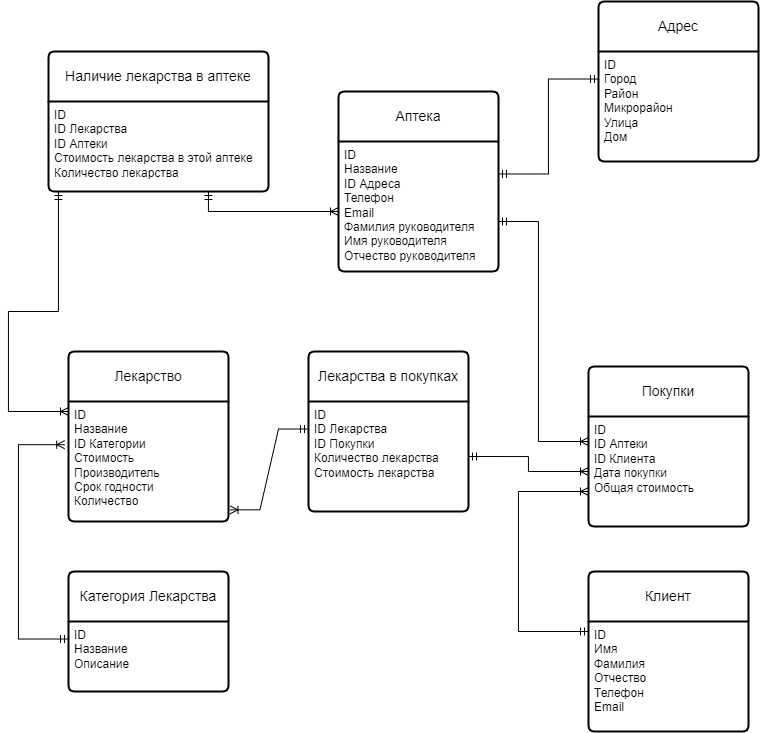
This is Data_Base.drawio.png from Darber32/Calculator, a draw.io export, as it was before one commit. Source tidied: cells renumbered, new cells last; positions are measured from the earlier drawing's top-left corner, leaving out a move shared by most shapes.
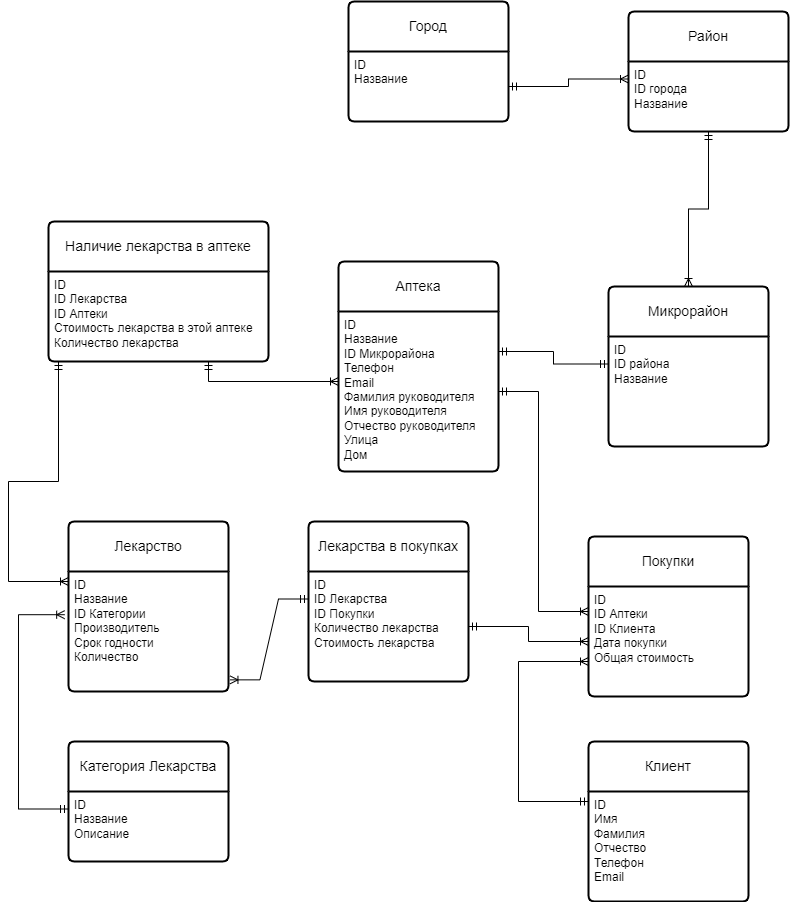
The same file after the commit.

Diff of the diagram source:
```diff
@@ -3,15 +3,15 @@
     <mxCell id="0" />
     <mxCell id="1" parent="0" />
     <mxCell id="2" value="Аптека" style="swimlane;horizontal=1;startSize=50;rounded=1;fontSize=14;fontStyle=0;strokeWidth=2;shadow=0;dashed=0;align=center;arcSize=4;whiteSpace=wrap;html=1;" parent="1" vertex="1">
-      <mxGeometry x="330" y="90" width="160" height="180" as="geometry" />
+      <mxGeometry x="330" y="90" width="160" height="210" as="geometry" />
     </mxCell>
-    <mxCell id="3" value="ID&lt;div&gt;Название&lt;/div&gt;&lt;div&gt;ID Адреса&lt;/div&gt;&lt;div&gt;Телефон&lt;/div&gt;&lt;div&gt;Email&lt;/div&gt;&lt;div&gt;Фамилия руководителя&lt;/div&gt;&lt;div&gt;Имя руководителя&lt;/div&gt;&lt;div&gt;Отчество руководителя&lt;/div&gt;" style="align=left;strokeColor=none;fillColor=none;spacingLeft=4;fontSize=12;verticalAlign=top;html=1;" parent="2" vertex="1">
-      <mxGeometry y="50" width="160" height="130" as="geometry" />
+    <mxCell id="3" value="ID&lt;div&gt;Название&lt;/div&gt;&lt;div&gt;ID Микрорайона&lt;/div&gt;&lt;div&gt;Телефон&lt;/div&gt;&lt;div&gt;Email&lt;/div&gt;&lt;div&gt;Фамилия руководителя&lt;/div&gt;&lt;div&gt;Имя руководителя&lt;/div&gt;&lt;div&gt;Отчество руководителя&lt;/div&gt;&lt;div&gt;&lt;div&gt;Улица&lt;/div&gt;&lt;div&gt;Дом&lt;/div&gt;&lt;/div&gt;" style="align=left;strokeColor=none;fillColor=none;spacingLeft=4;fontSize=12;verticalAlign=top;html=1;" parent="2" vertex="1">
+      <mxGeometry y="50" width="160" height="160" as="geometry" />
     </mxCell>
     <mxCell id="4" value="Лекарство" style="swimlane;horizontal=1;startSize=50;rounded=1;fontSize=14;fontStyle=0;strokeWidth=2;shadow=0;dashed=0;align=center;arcSize=4;whiteSpace=wrap;html=1;" parent="1" vertex="1">
       <mxGeometry x="60" y="350" width="160" height="170" as="geometry" />
     </mxCell>
-    <mxCell id="5" value="ID&lt;div&gt;Название&lt;/div&gt;&lt;div&gt;ID Категории&lt;/div&gt;&lt;div&gt;Стоимость&lt;/div&gt;&lt;div&gt;Производитель&lt;/div&gt;&lt;div&gt;Срок годности&lt;/div&gt;&lt;div&gt;Количество&lt;/div&gt;" style="align=left;strokeColor=none;fillColor=none;spacingLeft=4;fontSize=12;verticalAlign=top;html=1;" parent="4" vertex="1">
+    <mxCell id="5" value="ID&lt;div&gt;Название&lt;/div&gt;&lt;div&gt;ID Категории&lt;/div&gt;&lt;div&gt;Производитель&lt;/div&gt;&lt;div&gt;Срок годности&lt;/div&gt;&lt;div&gt;Количество&lt;/div&gt;" style="align=left;strokeColor=none;fillColor=none;spacingLeft=4;fontSize=12;verticalAlign=top;html=1;" parent="4" vertex="1">
       <mxGeometry y="50" width="160" height="120" as="geometry" />
     </mxCell>
     <mxCell id="6" value="Покупки" style="swimlane;horizontal=1;startSize=50;rounded=1;fontSize=14;fontStyle=0;strokeWidth=2;shadow=0;dashed=0;align=center;arcSize=4;whiteSpace=wrap;html=1;" parent="1" vertex="1">
@@ -82,10 +82,10 @@
         </Array>
       </mxGeometry>
     </mxCell>
-    <mxCell id="20" value="Адрес" style="swimlane;horizontal=1;startSize=50;rounded=1;fontSize=14;fontStyle=0;strokeWidth=2;shadow=0;dashed=0;align=center;arcSize=4;whiteSpace=wrap;html=1;" parent="1" vertex="1">
-      <mxGeometry x="590" width="160" height="160" as="geometry" />
+    <mxCell id="20" value="Микрорайон" style="swimlane;horizontal=1;startSize=50;rounded=1;fontSize=14;fontStyle=0;strokeWidth=2;shadow=0;dashed=0;align=center;arcSize=4;whiteSpace=wrap;html=1;" parent="1" vertex="1">
+      <mxGeometry x="600" y="115" width="160" height="160" as="geometry" />
     </mxCell>
-    <mxCell id="21" value="&lt;div&gt;ID&lt;/div&gt;Город&lt;div&gt;Район&lt;/div&gt;&lt;div&gt;Микрорайон&lt;/div&gt;&lt;div&gt;Улица&lt;/div&gt;&lt;div&gt;Дом&lt;/div&gt;" style="align=left;strokeColor=none;fillColor=none;spacingLeft=4;fontSize=12;verticalAlign=top;html=1;" parent="20" vertex="1">
+    <mxCell id="21" value="&lt;div&gt;ID&lt;/div&gt;&lt;div&gt;ID района&lt;/div&gt;&lt;div&gt;Название&lt;/div&gt;" style="align=left;strokeColor=none;fillColor=none;spacingLeft=4;fontSize=12;verticalAlign=top;html=1;" parent="20" vertex="1">
       <mxGeometry y="50" width="160" height="110" as="geometry" />
     </mxCell>
     <mxCell id="22" style="edgeStyle=orthogonalEdgeStyle;fontSize=12;html=1;endArrow=ERmandOne;startArrow=ERmandOne;rounded=0;entryX=0;entryY=0.25;entryDx=0;entryDy=0;exitX=1;exitY=0.25;exitDx=0;exitDy=0;" parent="1" edge="1" source="3" target="21">
@@ -100,5 +100,23 @@
     <mxCell id="25" style="edgeStyle=entityRelationEdgeStyle;fontSize=12;html=1;endArrow=ERoneToMany;startArrow=ERmandOne;rounded=0;endFill=0;entryX=1.009;entryY=0.903;entryDx=0;entryDy=0;entryPerimeter=0;exitX=0;exitY=0.25;exitDx=0;exitDy=0;" parent="1" edge="1" source="24" target="5">
       <mxGeometry relative="1" as="geometry" />
     </mxCell>
+    <mxCell id="26" value="Район" style="swimlane;horizontal=1;startSize=50;rounded=1;fontSize=14;fontStyle=0;strokeWidth=2;shadow=0;dashed=0;align=center;arcSize=4;whiteSpace=wrap;html=1;" parent="1" vertex="1">
+      <mxGeometry x="620" y="-160" width="160" height="120" as="geometry" />
+    </mxCell>
+    <mxCell id="27" value="ID&lt;div&gt;ID города&lt;/div&gt;&lt;div&gt;Название&lt;/div&gt;" style="align=left;strokeColor=none;fillColor=none;spacingLeft=4;fontSize=12;verticalAlign=top;html=1;" parent="26" vertex="1">
+      <mxGeometry y="50" width="160" height="70" as="geometry" />
+    </mxCell>
+    <mxCell id="28" value="Город" style="swimlane;horizontal=1;startSize=50;rounded=1;fontSize=14;fontStyle=0;strokeWidth=2;shadow=0;dashed=0;align=center;arcSize=4;whiteSpace=wrap;html=1;" parent="1" vertex="1">
+      <mxGeometry x="340" y="-170" width="160" height="120" as="geometry" />
+    </mxCell>
+    <mxCell id="29" value="ID&lt;div&gt;Название&lt;/div&gt;" style="align=left;strokeColor=none;fillColor=none;spacingLeft=4;fontSize=12;verticalAlign=top;html=1;" parent="28" vertex="1">
+      <mxGeometry y="50" width="160" height="70" as="geometry" />
+    </mxCell>
+    <mxCell id="30" style="edgeStyle=orthogonalEdgeStyle;fontSize=12;html=1;endArrow=ERmandOne;startArrow=ERoneToMany;rounded=0;startFill=0;" parent="1" edge="1" source="20" target="27">
+      <mxGeometry relative="1" as="geometry" />
+    </mxCell>
+    <mxCell id="31" style="edgeStyle=orthogonalEdgeStyle;fontSize=12;html=1;endArrow=ERoneToMany;startArrow=ERmandOne;rounded=0;entryX=0;entryY=0.25;entryDx=0;entryDy=0;endFill=0;" parent="1" edge="1" source="29" target="27">
+      <mxGeometry relative="1" as="geometry" />
+    </mxCell>
   </root>
 </mxGraphModel>
```
